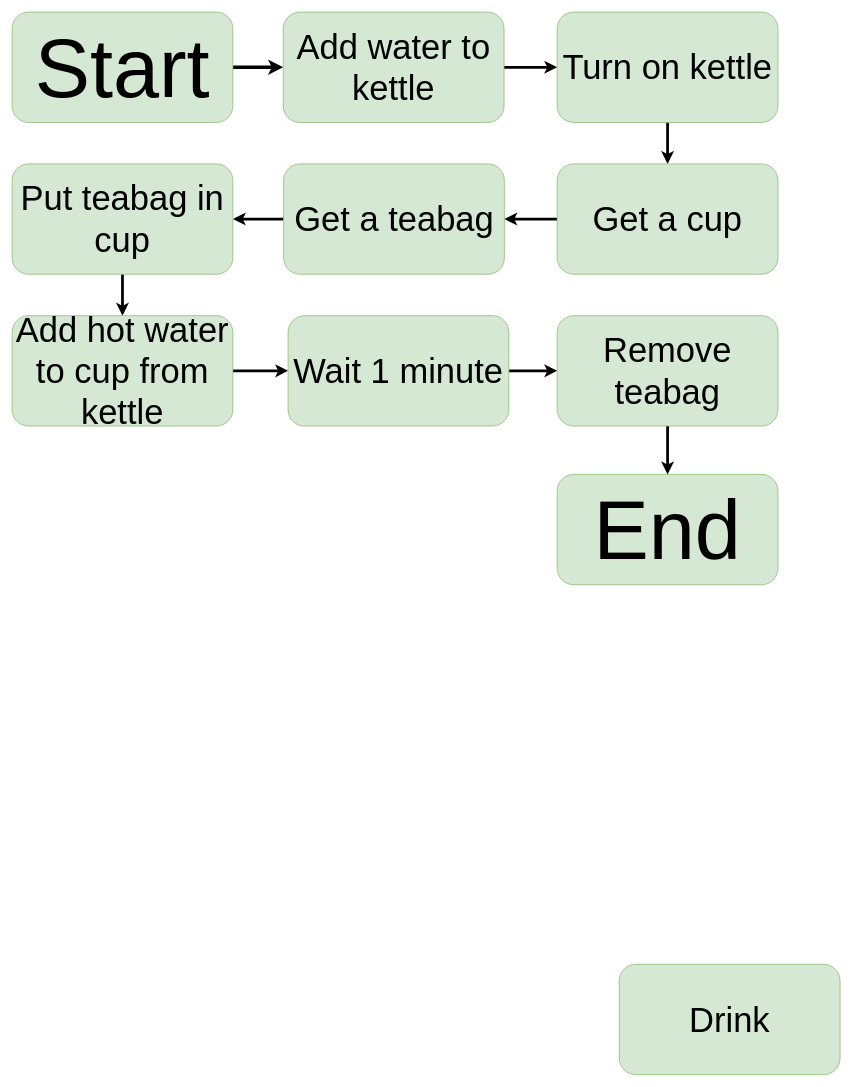
Above: figures/drawio/flow2.drawio in AoifeHughes/Python-Crash-Course (draw.io), before the change. Source tidied: cells renumbered, new cells numbered last; positions are measured from the earlier drawing's top-left corner, leaving out a move shared by most shapes. Both pictures are drawn from the tidied source at 69%, with x=0, y=0 at pixel (12, 12).
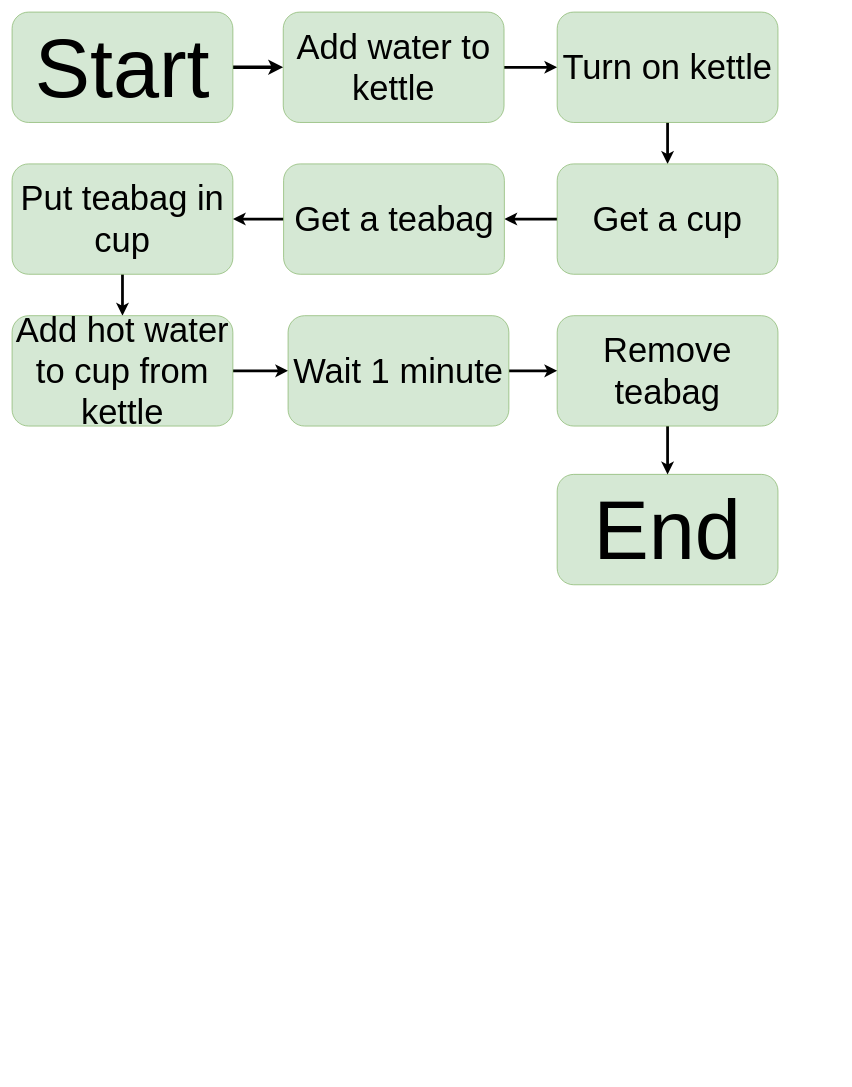
The same diagram, later.

Change to the diagram source:
```diff
@@
-    <mxCell id="22" value="&lt;font style=&quot;font-size: 50px&quot;&gt;Drink&lt;/font&gt;" style="rounded=1;whiteSpace=wrap;html=1;fillColor=#d5e8d4;strokeColor=#82b366;" parent="1" vertex="1">
-      <mxGeometry x="880" y="1380" width="320" height="160" as="geometry" />
-    </mxCell>
```
